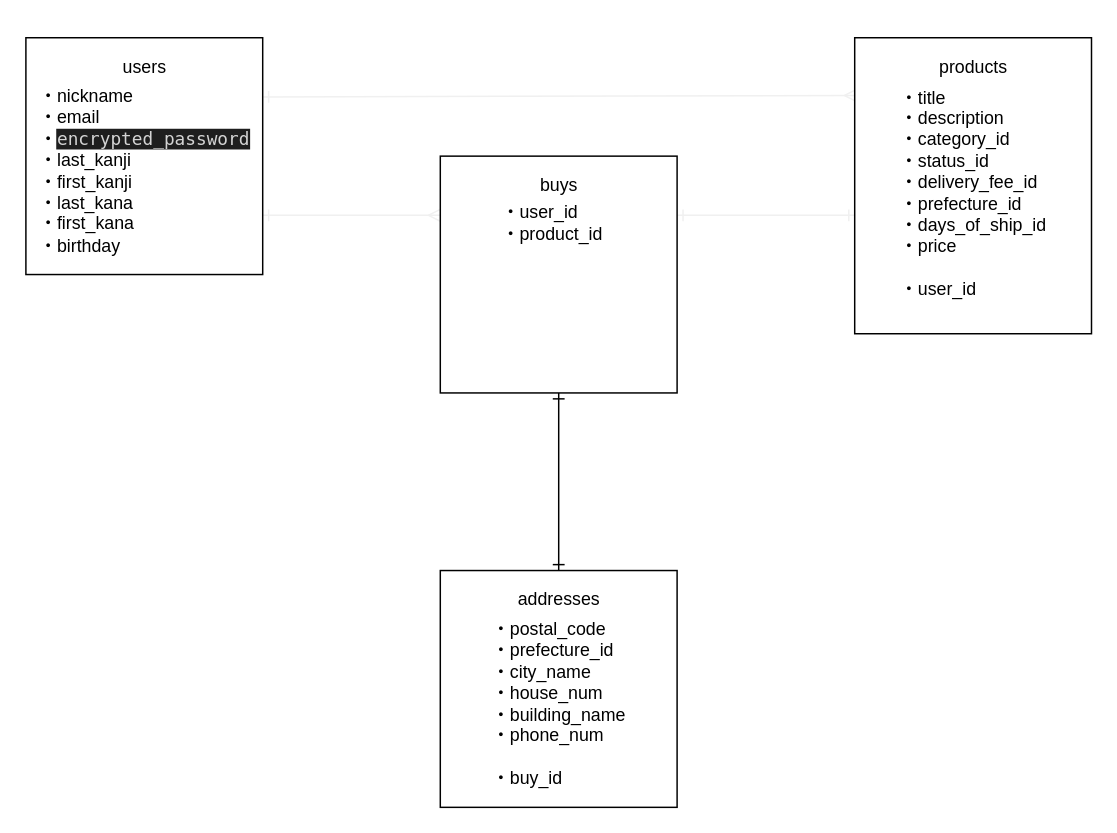
This is er.dio from hiroooooooooo/furima-35946, a draw.io file, before an edit. Source tidied: cells renumbered, new cells numbered last; positions are measured from the earlier drawing's top-left corner, leaving out a move shared by most shapes. Both pictures are drawn from the tidied source at 148%, with x=0, y=0 at pixel (25, 37).
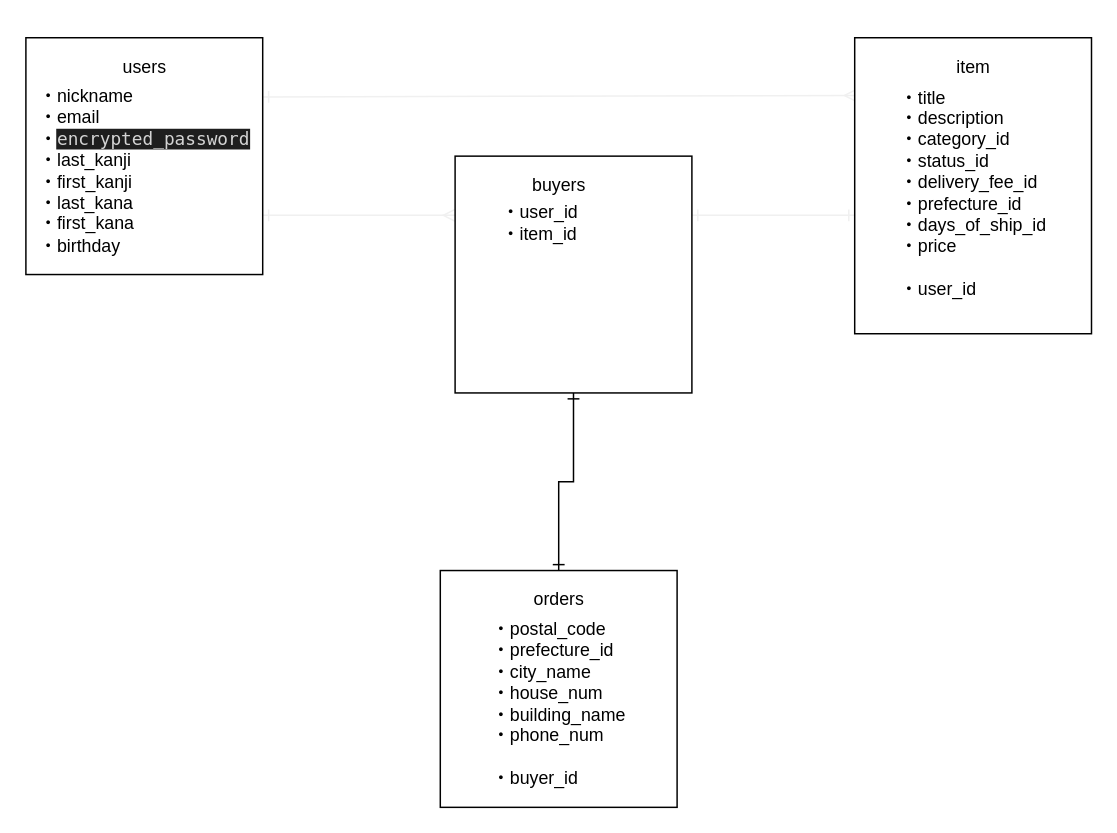
After the change.

The edit, as a diff of the source:
```diff
@@
 <mxGraphModel>
   <root>
     <mxCell id="0" />
     <mxCell id="1" parent="0" />
     <mxCell id="2" style="edgeStyle=none;rounded=0;jettySize=auto;html=1;exitX=1;exitY=0.25;exitDx=0;exitDy=0;entryX=0.006;entryY=0.195;entryDx=0;entryDy=0;startArrow=ERone;startFill=0;endArrow=ERmany;endFill=0;endSize=6;strokeColor=#f0f0f0;strokeWidth=1;entryPerimeter=0;" parent="1" edge="1" source="4" target="9">
       <mxGeometry relative="1" as="geometry" />
     </mxCell>
     <mxCell id="3" style="edgeStyle=none;rounded=0;jettySize=auto;html=1;exitX=1;exitY=0.75;exitDx=0;exitDy=0;entryX=0;entryY=0.25;entryDx=0;entryDy=0;startArrow=ERone;startFill=0;endArrow=ERmany;endFill=0;endSize=6;strokeColor=#f0f0f0;strokeWidth=1;" parent="1" edge="1" source="4" target="13">
       <mxGeometry relative="1" as="geometry" />
     </mxCell>
     <mxCell id="4" style="whiteSpace=wrap;html=1;" parent="1" vertex="1">
       <mxGeometry width="160" height="160" as="geometry" />
     </mxCell>
     <mxCell id="5" value="users" style="text;html=1;align=center;verticalAlign=middle;rotation=0;" parent="1" vertex="1">
       <mxGeometry x="60" y="10" width="40" height="20" as="geometry" />
     </mxCell>
     <mxCell id="6" value="&lt;div style=&quot;text-align: left&quot;&gt;&lt;span&gt;・nickname&lt;/span&gt;&lt;/div&gt;&lt;div style=&quot;text-align: left&quot;&gt;&lt;span&gt;・email&lt;/span&gt;&lt;/div&gt;&lt;div style=&quot;text-align: left&quot;&gt;・&lt;span style=&quot;background-color: rgb(30 , 30 , 30) ; color: rgb(212 , 212 , 212) ; font-family: &amp;#34;menlo&amp;#34; , &amp;#34;monaco&amp;#34; , &amp;#34;courier new&amp;#34; , monospace ; text-align: center&quot;&gt;encrypted_password&lt;/span&gt;&lt;/div&gt;&lt;div style=&quot;text-align: left&quot;&gt;・last_kanji&lt;/div&gt;&lt;div style=&quot;text-align: left&quot;&gt;・first_kanji&lt;/div&gt;&lt;div style=&quot;text-align: left&quot;&gt;・last_kana&lt;/div&gt;&lt;div style=&quot;text-align: left&quot;&gt;・first_kana&lt;/div&gt;&lt;div style=&quot;text-align: left&quot;&gt;・birthday&lt;/div&gt;" style="text;html=1;align=center;verticalAlign=middle;" parent="1" vertex="1">
       <mxGeometry y="30" width="160" height="120" as="geometry" />
     </mxCell>
     <mxCell id="7" style="edgeStyle=none;rounded=0;orthogonalLoop=1;jettySize=auto;html=1;exitX=0.5;exitY=0;exitDx=0;exitDy=0;startArrow=ERmany;startFill=0;endArrow=ERone;endFill=0;endSize=6;strokeColor=#f0f0f0;strokeWidth=1;entryX=0.5;entryY=0;entryDx=0;entryDy=0;" parent="1" edge="1" source="9" target="9">
       <mxGeometry relative="1" as="geometry" />
     </mxCell>
     <mxCell id="8" style="edgeStyle=none;rounded=0;jettySize=auto;html=1;entryX=1;entryY=0.25;entryDx=0;entryDy=0;startArrow=ERone;startFill=0;endArrow=ERone;endFill=0;endSize=6;strokeColor=#f0f0f0;strokeWidth=1;" parent="1" edge="1" target="13">
       <mxGeometry relative="1" as="geometry">
         <mxPoint x="560" y="120" as="sourcePoint" />
       </mxGeometry>
     </mxCell>
     <mxCell id="9" style="whiteSpace=wrap;html=1;" parent="1" vertex="1">
       <mxGeometry x="560" width="160" height="200" as="geometry" />
     </mxCell>
-    <mxCell id="10" value="products" style="text;html=1;align=center;verticalAlign=middle;" parent="1" vertex="1">
-      <mxGeometry x="610" y="10" width="60" height="20" as="geometry" />
+    <mxCell id="10" value="item" style="text;html=1;align=center;verticalAlign=middle;" parent="1" vertex="1">
+      <mxGeometry x="620" y="10" width="40" height="20" as="geometry" />
     </mxCell>
     <mxCell id="11" value="&lt;div style=&quot;text-align: left&quot;&gt;&lt;span&gt;・title&lt;/span&gt;&lt;/div&gt;&lt;div style=&quot;text-align: left&quot;&gt;・description&lt;/div&gt;&lt;div style=&quot;text-align: left&quot;&gt;・category_id&lt;/div&gt;&lt;div style=&quot;text-align: left&quot;&gt;・status_id&lt;/div&gt;&lt;div style=&quot;text-align: left&quot;&gt;・delivery_fee_id&lt;/div&gt;&lt;div style=&quot;text-align: left&quot;&gt;・prefecture_id&lt;/div&gt;&lt;div style=&quot;text-align: left&quot;&gt;・days_of_ship_id&lt;/div&gt;&lt;div style=&quot;text-align: left&quot;&gt;・price&lt;/div&gt;&lt;div style=&quot;text-align: left&quot;&gt;&lt;br&gt;&lt;/div&gt;&lt;div style=&quot;text-align: left&quot;&gt;・user_id&lt;/div&gt;" style="text;html=1;align=center;verticalAlign=middle;" parent="1" vertex="1">
       <mxGeometry x="585" y="30" width="110" height="150" as="geometry" />
     </mxCell>
     <mxCell id="12" style="edgeStyle=orthogonalEdgeStyle;rounded=0;jettySize=auto;html=1;exitX=0.5;exitY=1;exitDx=0;exitDy=0;entryX=0.5;entryY=0;entryDx=0;entryDy=0;endArrow=ERone;endFill=0;startArrow=ERone;startFill=0;" parent="1" edge="1" source="13" target="16">
       <mxGeometry relative="1" as="geometry" />
     </mxCell>
     <mxCell id="13" style="whiteSpace=wrap;html=1;" parent="1" vertex="1">
-      <mxGeometry x="280" y="80" width="160" height="160" as="geometry" />
+      <mxGeometry x="290" y="80" width="160" height="160" as="geometry" />
     </mxCell>
-    <mxCell id="14" value="buys" style="text;html=1;align=center;verticalAlign=middle;rotation=0;" parent="1" vertex="1">
-      <mxGeometry x="340" y="90" width="40" height="20" as="geometry" />
+    <mxCell id="14" value="buyers" style="text;html=1;align=center;verticalAlign=middle;rotation=0;" parent="1" vertex="1">
+      <mxGeometry x="335" y="90" width="50" height="20" as="geometry" />
     </mxCell>
-    <mxCell id="15" value="・user_id&lt;br&gt;&lt;div style=&quot;&quot;&gt;&lt;span&gt;・product_id&lt;br&gt;&lt;/span&gt;&lt;/div&gt;" style="text;html=1;align=left;verticalAlign=middle;" parent="1" vertex="1">
-      <mxGeometry x="320" y="110" width="80" height="30" as="geometry" />
+    <mxCell id="15" value="・user_id&lt;br&gt;&lt;div&gt;&lt;span&gt;・item&lt;/span&gt;&lt;span&gt;_id&lt;/span&gt;&lt;/div&gt;" style="text;html=1;align=left;verticalAlign=middle;" parent="1" vertex="1">
+      <mxGeometry x="320" y="110" width="70" height="30" as="geometry" />
     </mxCell>
     <mxCell id="16" style="whiteSpace=wrap;html=1;" parent="1" vertex="1">
       <mxGeometry x="280" y="360" width="160" height="160" as="geometry" />
     </mxCell>
-    <mxCell id="17" value="addresses" style="text;html=1;align=center;verticalAlign=middle;rotation=0;" parent="1" vertex="1">
-      <mxGeometry x="325" y="370" width="70" height="20" as="geometry" />
+    <mxCell id="17" value="orders" style="text;html=1;align=center;verticalAlign=middle;rotation=0;" parent="1" vertex="1">
+      <mxGeometry x="335" y="370" width="50" height="20" as="geometry" />
     </mxCell>
-    <mxCell id="18" value="&lt;div style=&quot;text-align: left&quot;&gt;&lt;span&gt;・postal_code&lt;/span&gt;&lt;/div&gt;&lt;div style=&quot;text-align: left&quot;&gt;&lt;span&gt;・prefecture_id&lt;/span&gt;&lt;/div&gt;&lt;div style=&quot;text-align: left&quot;&gt;・city_name&lt;/div&gt;&lt;div style=&quot;text-align: left&quot;&gt;・house_num&lt;/div&gt;&lt;div style=&quot;text-align: left&quot;&gt;・building_name&lt;/div&gt;&lt;div style=&quot;text-align: left&quot;&gt;・phone_num&lt;/div&gt;&lt;div style=&quot;text-align: left&quot;&gt;&lt;br&gt;&lt;/div&gt;&lt;div style=&quot;text-align: left&quot;&gt;・buy_id&lt;/div&gt;" style="text;html=1;align=center;verticalAlign=middle;" parent="1" vertex="1">
+    <mxCell id="18" value="&lt;div style=&quot;text-align: left&quot;&gt;&lt;span&gt;・postal_code&lt;/span&gt;&lt;/div&gt;&lt;div style=&quot;text-align: left&quot;&gt;&lt;span&gt;・prefecture_id&lt;/span&gt;&lt;/div&gt;&lt;div style=&quot;text-align: left&quot;&gt;・city_name&lt;/div&gt;&lt;div style=&quot;text-align: left&quot;&gt;・house_num&lt;/div&gt;&lt;div style=&quot;text-align: left&quot;&gt;・building_name&lt;/div&gt;&lt;div style=&quot;text-align: left&quot;&gt;・phone_num&lt;/div&gt;&lt;div style=&quot;text-align: left&quot;&gt;&lt;br&gt;&lt;/div&gt;&lt;div style=&quot;text-align: left&quot;&gt;・buyer_id&lt;/div&gt;" style="text;html=1;align=center;verticalAlign=middle;" parent="1" vertex="1">
       <mxGeometry x="305" y="390" width="110" height="120" as="geometry" />
     </mxCell>
   </root>
 </mxGraphModel>
```
